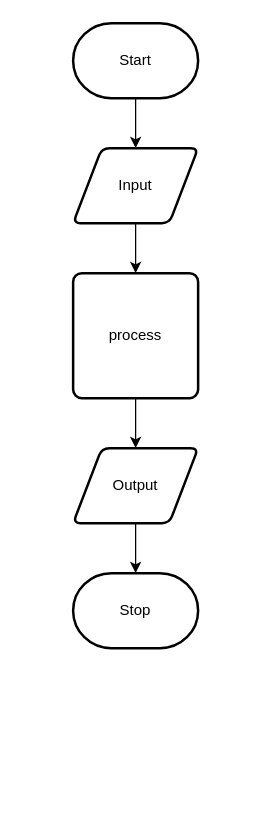
Earlier version of the draw.io diagram design/flow-chart.drawio (Claire-Bedrossian/ICS2O-Unit5-02-JS). Source tidied: cells renumbered, new cells numbered last; positions are measured from the earlier drawing's top-left corner, leaving out a move shared by most shapes. Both pictures are drawn from the tidied source at 125%, with x=0, y=0 at pixel (72, 22).
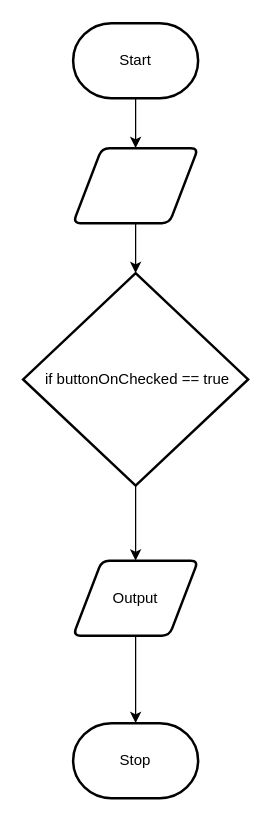
The same page after the edit.

Change to the diagram source:
```diff
@@
 <mxGraphModel>
   <root>
     <mxCell id="0" />
     <mxCell id="1" parent="0" />
     <mxCell id="2" style="edgeStyle=none;html=1;" parent="1" edge="1" source="3" target="5">
       <mxGeometry relative="1" as="geometry" />
     </mxCell>
     <mxCell id="3" value="Start" style="strokeWidth=2;html=1;shape=mxgraph.flowchart.terminator;whiteSpace=wrap;" parent="1" vertex="1">
       <mxGeometry width="100" height="60" as="geometry" />
     </mxCell>
-    <mxCell id="4" style="edgeStyle=none;html=1;" parent="1" edge="1" source="5" target="7">
-      <mxGeometry relative="1" as="geometry" />
+    <mxCell id="4" style="edgeStyle=none;html=1;" parent="1" edge="1" source="5">
+      <mxGeometry relative="1" as="geometry">
+        <mxPoint x="50" y="200" as="targetPoint" />
+      </mxGeometry>
     </mxCell>
-    <mxCell id="5" value="Input" style="shape=parallelogram;html=1;strokeWidth=2;perimeter=parallelogramPerimeter;whiteSpace=wrap;rounded=1;arcSize=12;size=0.23;" parent="1" vertex="1">
+    <mxCell id="5" style="shape=parallelogram;html=1;strokeWidth=2;perimeter=parallelogramPerimeter;whiteSpace=wrap;rounded=1;arcSize=12;size=0.23;" parent="1" vertex="1">
       <mxGeometry y="100" width="100" height="60" as="geometry" />
     </mxCell>
-    <mxCell id="6" style="edgeStyle=none;html=1;" parent="1" edge="1" source="7" target="9">
-      <mxGeometry relative="1" as="geometry" />
+    <mxCell id="6" style="edgeStyle=none;html=1;" parent="1" edge="1" target="9">
+      <mxGeometry relative="1" as="geometry">
+        <mxPoint x="50" y="300" as="sourcePoint" />
+      </mxGeometry>
     </mxCell>
-    <mxCell id="7" value="process" style="rounded=1;whiteSpace=wrap;html=1;absoluteArcSize=1;arcSize=14;strokeWidth=2;" parent="1" vertex="1">
-      <mxGeometry y="200" width="100" height="100" as="geometry" />
-    </mxCell>
     <mxCell id="8" style="edgeStyle=none;html=1;" parent="1" edge="1" source="9" target="10">
       <mxGeometry relative="1" as="geometry" />
     </mxCell>
     <mxCell id="9" value="Output" style="shape=parallelogram;html=1;strokeWidth=2;perimeter=parallelogramPerimeter;whiteSpace=wrap;rounded=1;arcSize=12;size=0.23;" parent="1" vertex="1">
-      <mxGeometry y="340" width="100" height="60" as="geometry" />
+      <mxGeometry y="430" width="100" height="60" as="geometry" />
     </mxCell>
     <mxCell id="10" value="Stop" style="strokeWidth=2;html=1;shape=mxgraph.flowchart.terminator;whiteSpace=wrap;" parent="1" vertex="1">
-      <mxGeometry y="440" width="100" height="60" as="geometry" />
+      <mxGeometry y="560" width="100" height="60" as="geometry" />
     </mxCell>
+    <mxCell id="11" value="&amp;nbsp;if buttonOnChecked == true" style="strokeWidth=2;html=1;shape=mxgraph.flowchart.decision;whiteSpace=wrap;" parent="1" vertex="1">
+      <mxGeometry x="-40" y="200" width="180" height="170" as="geometry" />
+    </mxCell>
   </root>
 </mxGraphModel>
```
